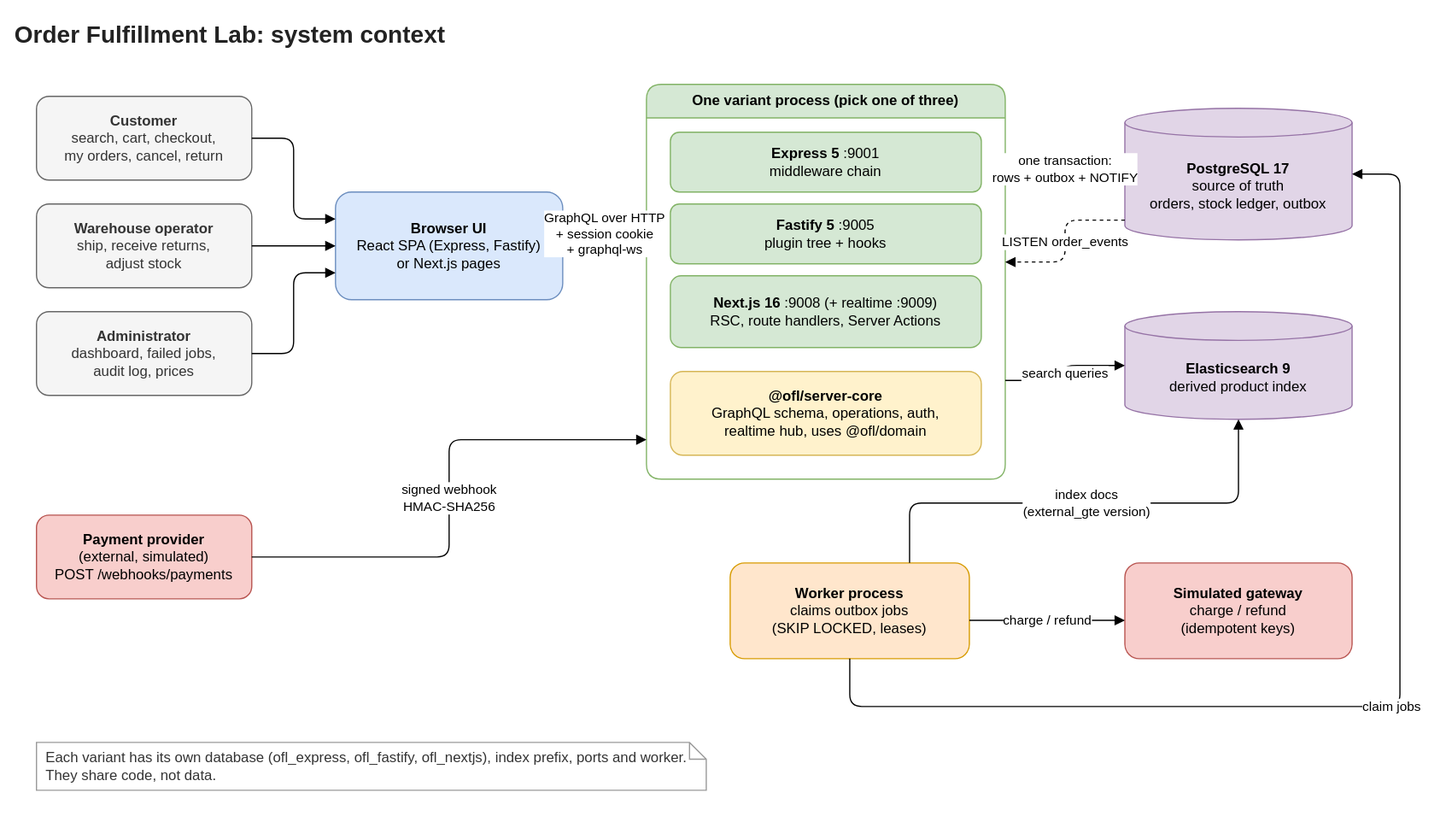
Before: architecture/diagrams/01-system-context.drawio.svg, a diagram exported from draw.io (mhshohel/backend_code_check). Source tidied: cells renumbered, new cells last; positions are measured from the earlier drawing's top-left corner, leaving out a move shared by most shapes.
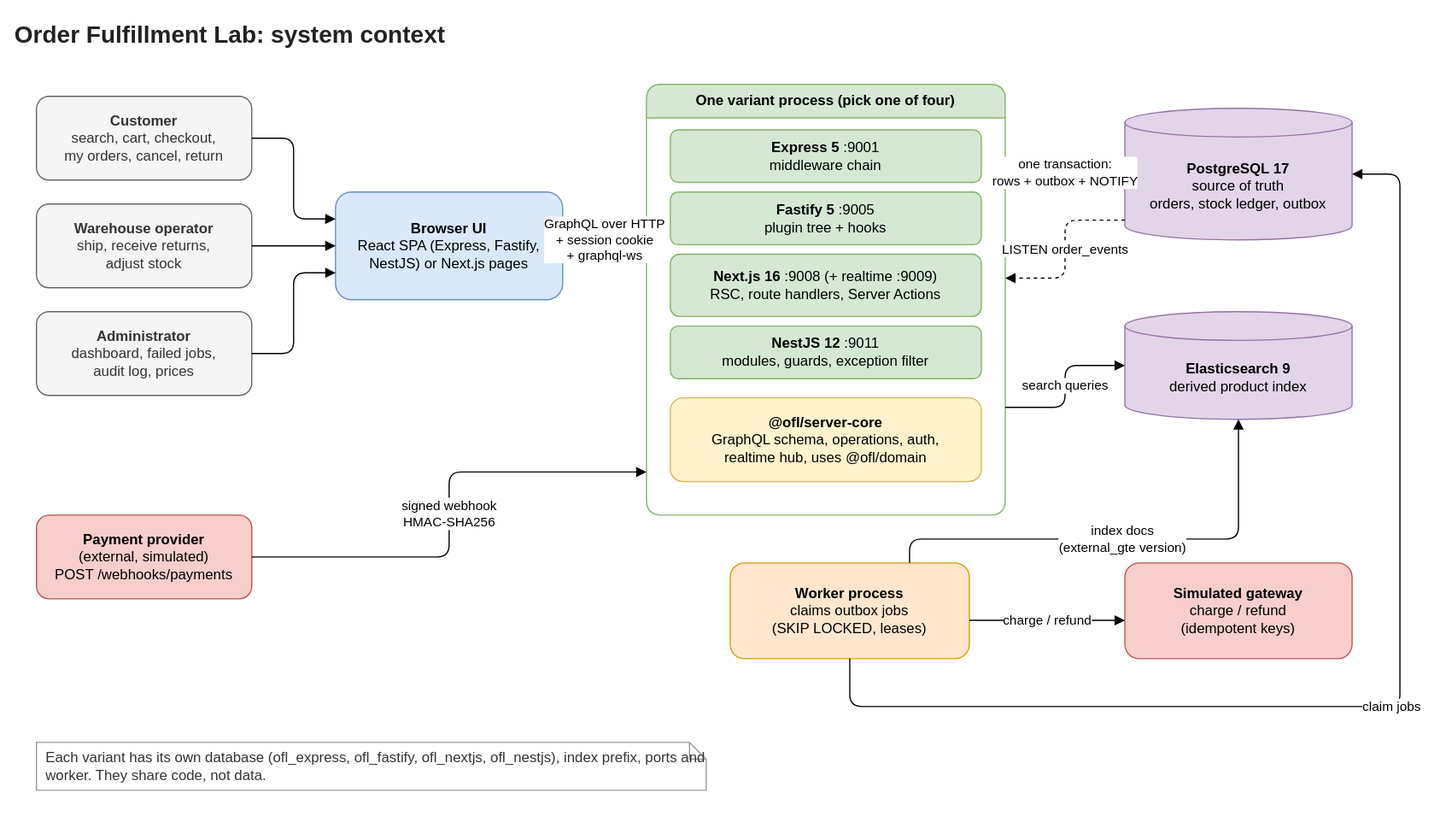
After the commit.

What changed in the source:
```diff
@@ -17,82 +17,85 @@
     <mxCell id="6" value="&lt;b&gt;Payment provider&lt;/b&gt;&lt;br&gt;(external, simulated)&lt;br&gt;POST /webhooks/payments" style="rounded=1;whiteSpace=wrap;html=1;fillColor=#f8cecc;strokeColor=#b85450;" parent="1" vertex="1">
       <mxGeometry x="20" y="420" width="180" height="70" as="geometry" />
     </mxCell>
-    <mxCell id="7" value="&lt;b&gt;Browser UI&lt;/b&gt;&lt;br&gt;React SPA (Express, Fastify)&lt;br&gt;or Next.js pages" style="rounded=1;whiteSpace=wrap;html=1;fillColor=#dae8fc;strokeColor=#6c8ebf;" parent="1" vertex="1">
+    <mxCell id="7" value="&lt;b&gt;Browser UI&lt;/b&gt;&lt;br&gt;React SPA (Express, Fastify,&lt;br&gt;NestJS) or Next.js pages" style="rounded=1;whiteSpace=wrap;html=1;fillColor=#dae8fc;strokeColor=#6c8ebf;" parent="1" vertex="1">
       <mxGeometry x="270" y="150" width="190" height="90" as="geometry" />
     </mxCell>
-    <mxCell id="8" value="One variant process (pick one of three)" style="swimlane;startSize=28;html=1;whiteSpace=wrap;rounded=1;fillColor=#d5e8d4;strokeColor=#82b366;swimlaneFillColor=#ffffff;fontStyle=1;" parent="1" vertex="1">
-      <mxGeometry x="530" y="60" width="300" height="330" as="geometry" />
+    <mxCell id="8" value="One variant process (pick one of four)" style="swimlane;startSize=28;html=1;whiteSpace=wrap;rounded=1;fillColor=#d5e8d4;strokeColor=#82b366;swimlaneFillColor=#ffffff;fontStyle=1;" parent="1" vertex="1">
+      <mxGeometry x="530" y="60" width="300" height="360" as="geometry" />
     </mxCell>
     <mxCell id="9" value="&lt;b&gt;Express 5&lt;/b&gt; :9001&lt;br&gt;middleware chain" style="rounded=1;whiteSpace=wrap;html=1;fillColor=#d5e8d4;strokeColor=#82b366;" parent="8" vertex="1">
-      <mxGeometry x="20" y="40" width="260" height="50" as="geometry" />
+      <mxGeometry x="20" y="38" width="260" height="44" as="geometry" />
     </mxCell>
     <mxCell id="10" value="&lt;b&gt;Fastify 5&lt;/b&gt; :9005&lt;br&gt;plugin tree + hooks" style="rounded=1;whiteSpace=wrap;html=1;fillColor=#d5e8d4;strokeColor=#82b366;" parent="8" vertex="1">
-      <mxGeometry x="20" y="100" width="260" height="50" as="geometry" />
+      <mxGeometry x="20" y="90" width="260" height="44" as="geometry" />
     </mxCell>
     <mxCell id="11" value="&lt;b&gt;Next.js 16&lt;/b&gt; :9008 (+ realtime :9009)&lt;br&gt;RSC, route handlers, Server Actions" style="rounded=1;whiteSpace=wrap;html=1;fillColor=#d5e8d4;strokeColor=#82b366;" parent="8" vertex="1">
-      <mxGeometry x="20" y="160" width="260" height="60" as="geometry" />
+      <mxGeometry x="20" y="142" width="260" height="52" as="geometry" />
     </mxCell>
-    <mxCell id="12" value="&lt;b&gt;@ofl/server-core&lt;/b&gt;&lt;br&gt;GraphQL schema, operations, auth,&lt;br&gt;realtime hub, uses @ofl/domain" style="rounded=1;whiteSpace=wrap;html=1;fillColor=#fff2cc;strokeColor=#d6b656;" parent="8" vertex="1">
-      <mxGeometry x="20" y="240" width="260" height="70" as="geometry" />
+    <mxCell id="12" value="&lt;b&gt;NestJS 12&lt;/b&gt; :9011&lt;br&gt;modules, guards, exception filter" style="rounded=1;whiteSpace=wrap;html=1;fillColor=#d5e8d4;strokeColor=#82b366;" parent="8" vertex="1">
+      <mxGeometry x="20" y="202" width="260" height="44" as="geometry" />
     </mxCell>
-    <mxCell id="13" value="&lt;b&gt;PostgreSQL 17&lt;/b&gt;&lt;br&gt;source of truth&lt;br&gt;orders, stock ledger, outbox" style="shape=cylinder3;whiteSpace=wrap;html=1;boundedLbl=1;backgroundOutline=1;size=12;fillColor=#e1d5e7;strokeColor=#9673a6;" parent="1" vertex="1">
-      <mxGeometry x="930" y="80" width="190" height="110" as="geometry" />
+    <mxCell id="13" value="&lt;b&gt;@ofl/server-core&lt;/b&gt;&lt;br&gt;GraphQL schema, operations, auth,&lt;br&gt;realtime hub, uses @ofl/domain" style="rounded=1;whiteSpace=wrap;html=1;fillColor=#fff2cc;strokeColor=#d6b656;" parent="8" vertex="1">
+      <mxGeometry x="20" y="262" width="260" height="70" as="geometry" />
     </mxCell>
-    <mxCell id="14" value="&lt;b&gt;Elasticsearch 9&lt;/b&gt;&lt;br&gt;derived product index" style="shape=cylinder3;whiteSpace=wrap;html=1;boundedLbl=1;backgroundOutline=1;size=12;fillColor=#e1d5e7;strokeColor=#9673a6;" parent="1" vertex="1">
-      <mxGeometry x="930" y="250" width="190" height="90" as="geometry" />
+    <mxCell id="14" value="&lt;b&gt;PostgreSQL 17&lt;/b&gt;&lt;br&gt;source of truth&lt;br&gt;orders, stock ledger, outbox" style="shape=cylinder3;whiteSpace=wrap;html=1;boundedLbl=1;backgroundOutline=1;size=12;fillColor=#e1d5e7;strokeColor=#9673a6;" parent="1" vertex="1">
+      <mxGeometry x="930" y="80" width="190" height="110" as="geometry" />
     </mxCell>
-    <mxCell id="15" value="&lt;b&gt;Worker process&lt;/b&gt;&lt;br&gt;claims outbox jobs&lt;br&gt;(SKIP LOCKED, leases)" style="rounded=1;whiteSpace=wrap;html=1;fillColor=#ffe6cc;strokeColor=#d79b00;" parent="1" vertex="1">
-      <mxGeometry x="600" y="460" width="200" height="80" as="geometry" />
+    <mxCell id="15" value="&lt;b&gt;Elasticsearch 9&lt;/b&gt;&lt;br&gt;derived product index" style="shape=cylinder3;whiteSpace=wrap;html=1;boundedLbl=1;backgroundOutline=1;size=12;fillColor=#e1d5e7;strokeColor=#9673a6;" parent="1" vertex="1">
+      <mxGeometry x="930" y="250" width="190" height="90" as="geometry" />
     </mxCell>
-    <mxCell id="16" value="&lt;b&gt;Simulated gateway&lt;/b&gt;&lt;br&gt;charge / refund&lt;br&gt;(idempotent keys)" style="rounded=1;whiteSpace=wrap;html=1;fillColor=#f8cecc;strokeColor=#b85450;" parent="1" vertex="1">
-      <mxGeometry x="930" y="460" width="190" height="80" as="geometry" />
+    <mxCell id="16" value="&lt;b&gt;Worker process&lt;/b&gt;&lt;br&gt;claims outbox jobs&lt;br&gt;(SKIP LOCKED, leases)" style="rounded=1;whiteSpace=wrap;html=1;fillColor=#ffe6cc;strokeColor=#d79b00;" parent="1" vertex="1">
+      <mxGeometry x="600" y="460" width="200" height="80" as="geometry" />
     </mxCell>
-    <mxCell id="17" style="edgeStyle=orthogonalEdgeStyle;rounded=1;html=1;jettySize=auto;endArrow=block;endFill=1;fontSize=11;labelBackgroundColor=#ffffff;exitX=1;exitY=0.5;entryX=0;entryY=0.25;" parent="1" edge="1" source="3" target="7">
-      <mxGeometry relative="1" as="geometry" />
-    </mxCell>
+    <mxCell id="29" value="&lt;b&gt;Simulated gateway&lt;/b&gt;&lt;br&gt;charge / refund&lt;br&gt;(idempotent keys)" style="rounded=1;whiteSpace=wrap;html=1;fillColor=#f8cecc;strokeColor=#b85450;" parent="1" vertex="1">
+      <mxGeometry x="930" y="460" width="190" height="80" as="geometry" />
+    </mxCell>
-    <mxCell id="18" style="edgeStyle=orthogonalEdgeStyle;rounded=1;html=1;jettySize=auto;endArrow=block;endFill=1;fontSize=11;labelBackgroundColor=#ffffff;exitX=1;exitY=0.5;entryX=0;entryY=0.5;" parent="1" edge="1" source="4" target="7">
+    <mxCell id="18" style="edgeStyle=orthogonalEdgeStyle;rounded=1;html=1;jettySize=auto;endArrow=block;endFill=1;fontSize=11;labelBackgroundColor=#ffffff;exitX=1;exitY=0.5;entryX=0;entryY=0.25;" parent="1" edge="1" source="3" target="7">
       <mxGeometry relative="1" as="geometry" />
     </mxCell>
-    <mxCell id="19" style="edgeStyle=orthogonalEdgeStyle;rounded=1;html=1;jettySize=auto;endArrow=block;endFill=1;fontSize=11;labelBackgroundColor=#ffffff;exitX=1;exitY=0.5;entryX=0;entryY=0.75;" parent="1" edge="1" source="5" target="7">
+    <mxCell id="19" style="edgeStyle=orthogonalEdgeStyle;rounded=1;html=1;jettySize=auto;endArrow=block;endFill=1;fontSize=11;labelBackgroundColor=#ffffff;exitX=1;exitY=0.5;entryX=0;entryY=0.5;" parent="1" edge="1" source="4" target="7">
       <mxGeometry relative="1" as="geometry" />
     </mxCell>
-    <mxCell id="20" value="GraphQL over HTTP&lt;br&gt;+ session cookie&lt;br&gt;+ graphql-ws" style="edgeStyle=orthogonalEdgeStyle;rounded=1;html=1;jettySize=auto;endArrow=block;endFill=1;fontSize=11;labelBackgroundColor=#ffffff;exitX=1;exitY=0.5;entryX=0;entryY=0.35;" parent="1" edge="1" source="7" target="8">
+    <mxCell id="20" style="edgeStyle=orthogonalEdgeStyle;rounded=1;html=1;jettySize=auto;endArrow=block;endFill=1;fontSize=11;labelBackgroundColor=#ffffff;exitX=1;exitY=0.5;entryX=0;entryY=0.75;" parent="1" edge="1" source="5" target="7">
       <mxGeometry relative="1" as="geometry" />
     </mxCell>
-    <mxCell id="21" value="signed webhook&lt;br&gt;HMAC-SHA256" style="edgeStyle=orthogonalEdgeStyle;rounded=1;html=1;jettySize=auto;endArrow=block;endFill=1;fontSize=11;labelBackgroundColor=#ffffff;exitX=1;exitY=0.5;entryX=0;entryY=0.9;" parent="1" edge="1" source="6" target="8">
+    <mxCell id="21" value="GraphQL over HTTP&lt;br&gt;+ session cookie&lt;br&gt;+ graphql-ws" style="edgeStyle=orthogonalEdgeStyle;rounded=1;html=1;jettySize=auto;endArrow=block;endFill=1;fontSize=11;labelBackgroundColor=#ffffff;exitX=1;exitY=0.5;entryX=0;entryY=0.35;" parent="1" edge="1" source="7" target="8">
       <mxGeometry relative="1" as="geometry" />
     </mxCell>
-    <mxCell id="22" value="one transaction:&lt;br&gt;rows + outbox + NOTIFY" style="edgeStyle=orthogonalEdgeStyle;rounded=1;html=1;jettySize=auto;endArrow=block;endFill=1;fontSize=11;labelBackgroundColor=#ffffff;exitX=1;exitY=0.2;entryX=0;entryY=0.5;" parent="1" edge="1" source="8" target="13">
+    <mxCell id="22" value="signed webhook&lt;br&gt;HMAC-SHA256" style="edgeStyle=orthogonalEdgeStyle;rounded=1;html=1;jettySize=auto;endArrow=block;endFill=1;fontSize=11;labelBackgroundColor=#ffffff;exitX=1;exitY=0.5;entryX=0;entryY=0.9;" parent="1" edge="1" source="6" target="8">
       <mxGeometry relative="1" as="geometry" />
     </mxCell>
-    <mxCell id="23" value="LISTEN order_events" style="edgeStyle=orthogonalEdgeStyle;rounded=1;html=1;jettySize=auto;endArrow=block;endFill=1;fontSize=11;labelBackgroundColor=#ffffff;dashed=1;exitX=0;exitY=0.85;entryX=1;entryY=0.45;" parent="1" edge="1" source="13" target="8">
+    <mxCell id="23" value="one transaction:&lt;br&gt;rows + outbox + NOTIFY" style="edgeStyle=orthogonalEdgeStyle;rounded=1;html=1;jettySize=auto;endArrow=block;endFill=1;fontSize=11;labelBackgroundColor=#ffffff;exitX=1;exitY=0.2;entryX=0;entryY=0.5;" parent="1" edge="1" source="8" target="14">
       <mxGeometry relative="1" as="geometry" />
     </mxCell>
-    <mxCell id="24" value="search queries" style="edgeStyle=orthogonalEdgeStyle;rounded=1;html=1;jettySize=auto;endArrow=block;endFill=1;fontSize=11;labelBackgroundColor=#ffffff;exitX=1;exitY=0.75;entryX=0;entryY=0.5;" parent="1" edge="1" source="8" target="14">
+    <mxCell id="24" value="LISTEN order_events" style="edgeStyle=orthogonalEdgeStyle;rounded=1;html=1;jettySize=auto;endArrow=block;endFill=1;fontSize=11;labelBackgroundColor=#ffffff;dashed=1;exitX=0;exitY=0.85;entryX=1;entryY=0.45;" parent="1" edge="1" source="14" target="8">
       <mxGeometry relative="1" as="geometry" />
     </mxCell>
-    <mxCell id="25" value="claim jobs" style="edgeStyle=orthogonalEdgeStyle;rounded=1;html=1;jettySize=auto;endArrow=block;endFill=1;fontSize=11;labelBackgroundColor=#ffffff;exitX=0.5;exitY=1;entryX=1;entryY=0.5;" parent="1" edge="1" source="15" target="13">
-      <mxGeometry relative="1" as="geometry">
-        <Array as="points">
-          <mxPoint x="700" y="580" />
-          <mxPoint x="1160" y="580" />
-          <mxPoint x="1160" y="135" />
-        </Array>
-      </mxGeometry>
+    <mxCell id="25" value="search queries" style="edgeStyle=orthogonalEdgeStyle;rounded=1;html=1;jettySize=auto;endArrow=block;endFill=1;fontSize=11;labelBackgroundColor=#ffffff;exitX=1;exitY=0.75;entryX=0;entryY=0.5;" parent="1" edge="1" source="8" target="15">
+      <mxGeometry relative="1" as="geometry" />
     </mxCell>
-    <mxCell id="26" value="charge / refund" style="edgeStyle=orthogonalEdgeStyle;rounded=1;html=1;jettySize=auto;endArrow=block;endFill=1;fontSize=11;labelBackgroundColor=#ffffff;exitX=1;exitY=0.6;entryX=0;entryY=0.6;" parent="1" edge="1" source="15" target="16">
-      <mxGeometry relative="1" as="geometry" />
+    <mxCell id="26" value="claim jobs" style="edgeStyle=orthogonalEdgeStyle;rounded=1;html=1;jettySize=auto;endArrow=block;endFill=1;fontSize=11;labelBackgroundColor=#ffffff;exitX=0.5;exitY=1;entryX=1;entryY=0.5;" parent="1" edge="1" source="16" target="14">
+      <mxGeometry relative="1" as="geometry">
+        <Array as="points">
+          <mxPoint x="700" y="580" />
+          <mxPoint x="1160" y="580" />
+          <mxPoint x="1160" y="135" />
+        </Array>
+      </mxGeometry>
     </mxCell>
-    <mxCell id="27" value="index docs&lt;br&gt;(external_gte version)" style="edgeStyle=orthogonalEdgeStyle;rounded=1;html=1;jettySize=auto;endArrow=block;endFill=1;fontSize=11;labelBackgroundColor=#ffffff;exitX=0.75;exitY=0;entryX=0.5;entryY=1;" parent="1" edge="1" source="15" target="14">
-      <mxGeometry relative="1" as="geometry">
-        <Array as="points">
-          <mxPoint x="750" y="410" />
-          <mxPoint x="1025" y="410" />
-        </Array>
-      </mxGeometry>
+    <mxCell id="27" value="charge / refund" style="edgeStyle=orthogonalEdgeStyle;rounded=1;html=1;jettySize=auto;endArrow=block;endFill=1;fontSize=11;labelBackgroundColor=#ffffff;exitX=1;exitY=0.6;entryX=0;entryY=0.6;" parent="1" edge="1" source="16" target="29">
+      <mxGeometry relative="1" as="geometry" />
     </mxCell>
-    <mxCell id="28" value="Each variant has its own database (ofl_express, ofl_fastify, ofl_nextjs), index prefix, ports and worker. They share code, not data." style="shape=note;whiteSpace=wrap;html=1;size=14;fillColor=#ffffff;strokeColor=#999999;fontColor=#333333;align=left;spacingLeft=6;" parent="1" vertex="1">
-      <mxGeometry x="20" y="610" width="560" height="40" as="geometry" />
-    </mxCell>
+    <mxCell id="30" value="index docs&lt;br&gt;(external_gte version)" style="edgeStyle=orthogonalEdgeStyle;rounded=1;html=1;jettySize=auto;endArrow=block;endFill=1;fontSize=11;labelBackgroundColor=#ffffff;exitX=0.75;exitY=0;entryX=0.5;entryY=1;" parent="1" edge="1" source="16" target="15">
+      <mxGeometry relative="1" as="geometry">
+        <Array as="points">
+          <mxPoint x="750" y="440" />
+          <mxPoint x="1025" y="440" />
+        </Array>
+      </mxGeometry>
+    </mxCell>
+    <mxCell id="31" value="Each variant has its own database (ofl_express, ofl_fastify, ofl_nextjs, ofl_nestjs), index prefix, ports and worker. They share code, not data." style="shape=note;whiteSpace=wrap;html=1;size=14;fillColor=#ffffff;strokeColor=#999999;fontColor=#333333;align=left;spacingLeft=6;" parent="1" vertex="1">
+      <mxGeometry x="20" y="610" width="560" height="40" as="geometry" />
+    </mxCell>
   </root>
 </mxGraphModel>
```
